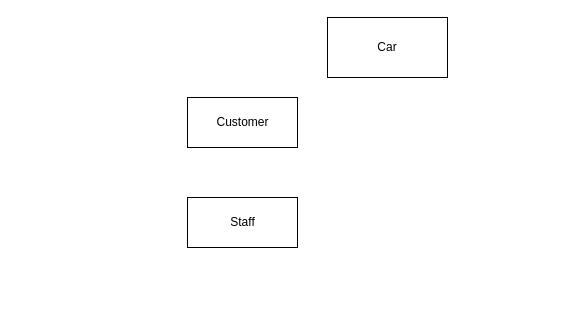
This is Car ClassDiagram.drawio from tlfzgjadyd/SoftwareEngineering, a draw.io file, before an edit. Source tidied: cells renumbered, new cells numbered last; positions are measured from the earlier drawing's top-left corner, leaving out a move shared by most shapes. Both pictures are drawn from the tidied source at 100%, with x=0, y=0 at pixel (187, 17).
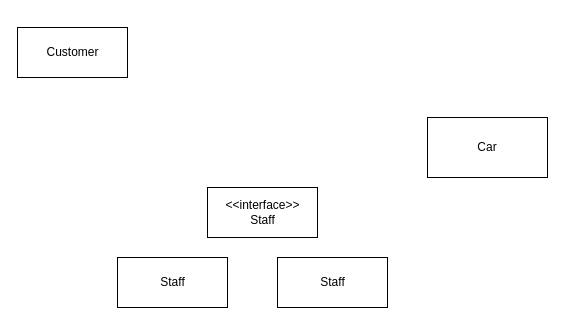
The same page after the edit.

Diff of the diagram source:
```diff
@@
 <mxGraphModel>
   <root>
     <mxCell id="0" />
     <mxCell id="1" parent="0" />
-    <mxCell id="2" value="Staff" style="html=1;" parent="1" vertex="1">
-      <mxGeometry y="180" width="110" height="50" as="geometry" />
+    <mxCell id="2" value="&amp;lt;&amp;lt;interface&amp;gt;&amp;gt;&lt;br&gt;Staff" style="html=1;" parent="1" vertex="1">
+      <mxGeometry x="20" y="170" width="110" height="50" as="geometry" />
     </mxCell>
     <mxCell id="3" value="Customer" style="html=1;" parent="1" vertex="1">
-      <mxGeometry y="80" width="110" height="50" as="geometry" />
+      <mxGeometry x="-170" y="10" width="110" height="50" as="geometry" />
     </mxCell>
     <mxCell id="4" value="Car" style="rounded=0;whiteSpace=wrap;html=1;" parent="1" vertex="1">
-      <mxGeometry x="140" width="120" height="60" as="geometry" />
+      <mxGeometry x="240" y="100" width="120" height="60" as="geometry" />
     </mxCell>
+    <mxCell id="5" value="Staff" style="html=1;" parent="1" vertex="1">
+      <mxGeometry x="-70" y="240" width="110" height="50" as="geometry" />
+    </mxCell>
+    <mxCell id="6" value="Staff" style="html=1;" parent="1" vertex="1">
+      <mxGeometry x="90" y="240" width="110" height="50" as="geometry" />
+    </mxCell>
   </root>
 </mxGraphModel>
```
